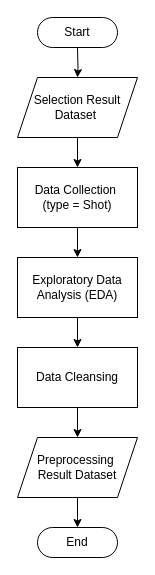
fadhilra101/skripsi keeps this draw.io diagram as diagrams/flowchart preprocessing.drawio. Above is the earlier version. Source tidied: cells renumbered, new cells numbered last; positions are measured from the earlier drawing's top-left corner, leaving out a move shared by most shapes. Both pictures are drawn from the tidied source at 100%, with x=0, y=0 at pixel (17, 17).
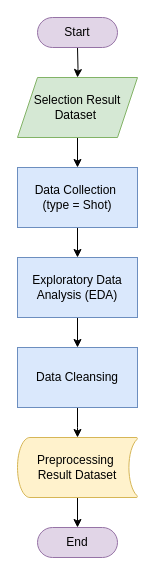
After the change.

What changed in the source:
```diff
@@
 <mxGraphModel>
   <root>
     <mxCell id="0" />
     <mxCell id="1" parent="0" />
     <mxCell id="2" style="edgeStyle=orthogonalEdgeStyle;rounded=0;jettySize=auto;html=1;" parent="1" edge="1" target="4">
       <mxGeometry relative="1" as="geometry">
         <mxPoint x="60" y="30" as="sourcePoint" />
       </mxGeometry>
     </mxCell>
     <mxCell id="3" style="edgeStyle=orthogonalEdgeStyle;rounded=0;jettySize=auto;html=1;" parent="1" edge="1" source="4" target="6">
       <mxGeometry relative="1" as="geometry" />
     </mxCell>
-    <mxCell id="4" value="&lt;div&gt;&lt;span style=&quot;background-color: transparent; color: light-dark(rgb(0, 0, 0), rgb(255, 255, 255));&quot;&gt;Selection&amp;nbsp;&lt;/span&gt;Result Dataset&amp;nbsp;&lt;/div&gt;" style="shape=parallelogram;perimeter=parallelogramPerimeter;whiteSpace=wrap;html=1;fixedSize=1;" parent="1" vertex="1">
+    <mxCell id="4" value="&lt;div&gt;&lt;span style=&quot;background-color: transparent; color: light-dark(rgb(0, 0, 0), rgb(255, 255, 255));&quot;&gt;Selection&amp;nbsp;&lt;/span&gt;Result Dataset&amp;nbsp;&lt;/div&gt;" style="shape=parallelogram;perimeter=parallelogramPerimeter;whiteSpace=wrap;html=1;fixedSize=1;fillColor=#d5e8d4;strokeColor=#82b366;" parent="1" vertex="1">
       <mxGeometry y="60" width="120" height="60" as="geometry" />
     </mxCell>
     <mxCell id="5" style="edgeStyle=orthogonalEdgeStyle;rounded=0;jettySize=auto;html=1;" parent="1" edge="1" source="6" target="10">
       <mxGeometry relative="1" as="geometry" />
     </mxCell>
-    <mxCell id="6" value="&lt;div&gt;Data Collection&amp;nbsp;&lt;/div&gt;&lt;div&gt;(type = Shot)&lt;/div&gt;" style="rounded=0;whiteSpace=wrap;html=1;" parent="1" vertex="1">
+    <mxCell id="6" value="&lt;div&gt;Data Collection&amp;nbsp;&lt;/div&gt;&lt;div&gt;(type = Shot)&lt;/div&gt;" style="rounded=0;whiteSpace=wrap;html=1;fillColor=#dae8fc;strokeColor=#6c8ebf;" parent="1" vertex="1">
       <mxGeometry y="150" width="120" height="60" as="geometry" />
     </mxCell>
-    <mxCell id="7" style="edgeStyle=orthogonalEdgeStyle;rounded=0;jettySize=auto;html=1;" parent="1" edge="1" source="8">
+    <mxCell id="7" style="edgeStyle=orthogonalEdgeStyle;rounded=0;orthogonalLoop=1;jettySize=auto;html=1;" parent="1" edge="1">
       <mxGeometry relative="1" as="geometry">
+        <mxPoint x="60" y="480" as="sourcePoint" />
         <mxPoint x="60" y="510" as="targetPoint" />
       </mxGeometry>
     </mxCell>
-    <mxCell id="8" value="&lt;div&gt;&lt;span style=&quot;background-color: transparent; color: light-dark(rgb(0, 0, 0), rgb(255, 255, 255));&quot;&gt;Preprocessing&amp;nbsp;&lt;/span&gt;&lt;/div&gt;&lt;div&gt;Result Dataset&lt;/div&gt;" style="shape=parallelogram;perimeter=parallelogramPerimeter;whiteSpace=wrap;html=1;fixedSize=1;" parent="1" vertex="1">
-      <mxGeometry y="420" width="120" height="60" as="geometry" />
-    </mxCell>
     <mxCell id="9" style="edgeStyle=orthogonalEdgeStyle;rounded=0;jettySize=auto;html=1;" parent="1" edge="1" source="10" target="12">
       <mxGeometry relative="1" as="geometry" />
     </mxCell>
-    <mxCell id="10" value="Exploratory Data Analysis (EDA)" style="rounded=0;whiteSpace=wrap;html=1;" parent="1" vertex="1">
+    <mxCell id="10" value="Exploratory Data Analysis (EDA)" style="rounded=0;whiteSpace=wrap;html=1;fillColor=#dae8fc;strokeColor=#6c8ebf;" parent="1" vertex="1">
       <mxGeometry y="240" width="120" height="60" as="geometry" />
     </mxCell>
-    <mxCell id="11" style="edgeStyle=orthogonalEdgeStyle;rounded=0;jettySize=auto;html=1;" parent="1" edge="1" source="12" target="8">
-      <mxGeometry relative="1" as="geometry" />
+    <mxCell id="11" style="edgeStyle=orthogonalEdgeStyle;rounded=0;jettySize=auto;html=1;" parent="1" edge="1" source="12">
+      <mxGeometry relative="1" as="geometry">
+        <mxPoint x="60" y="420" as="targetPoint" />
+      </mxGeometry>
     </mxCell>
-    <mxCell id="12" value="Data Cleansing" style="rounded=0;whiteSpace=wrap;html=1;" parent="1" vertex="1">
+    <mxCell id="12" value="Data Cleansing" style="rounded=0;whiteSpace=wrap;html=1;fillColor=#dae8fc;strokeColor=#6c8ebf;" parent="1" vertex="1">
       <mxGeometry y="330" width="120" height="60" as="geometry" />
     </mxCell>
-    <mxCell id="13" value="Start" style="html=1;dashed=0;whiteSpace=wrap;shape=mxgraph.dfd.start;" parent="1" vertex="1">
+    <mxCell id="13" value="Start" style="html=1;dashed=0;whiteSpace=wrap;shape=mxgraph.dfd.start;fillColor=#e1d5e7;strokeColor=#9673a6;" parent="1" vertex="1">
       <mxGeometry x="20" width="80" height="30" as="geometry" />
     </mxCell>
-    <mxCell id="14" value="End" style="html=1;dashed=0;whiteSpace=wrap;shape=mxgraph.dfd.start;" parent="1" vertex="1">
+    <mxCell id="14" value="End" style="html=1;dashed=0;whiteSpace=wrap;shape=mxgraph.dfd.start;fillColor=#e1d5e7;strokeColor=#9673a6;" parent="1" vertex="1">
       <mxGeometry x="20" y="510" width="80" height="30" as="geometry" />
     </mxCell>
+    <mxCell id="8" value="&lt;div&gt;&lt;span style=&quot;background-color: transparent; color: light-dark(rgb(0, 0, 0), rgb(255, 255, 255));&quot;&gt;Preprocessing&amp;nbsp;&lt;/span&gt;&lt;/div&gt;&lt;div&gt;Result Dataset&lt;/div&gt;" style="strokeWidth=1;html=1;shape=mxgraph.flowchart.stored_data;whiteSpace=wrap;fillColor=#fff2cc;strokeColor=#d6b656;" parent="1" vertex="1">
+      <mxGeometry y="420" width="120" height="60" as="geometry" />
+    </mxCell>
   </root>
 </mxGraphModel>
```
